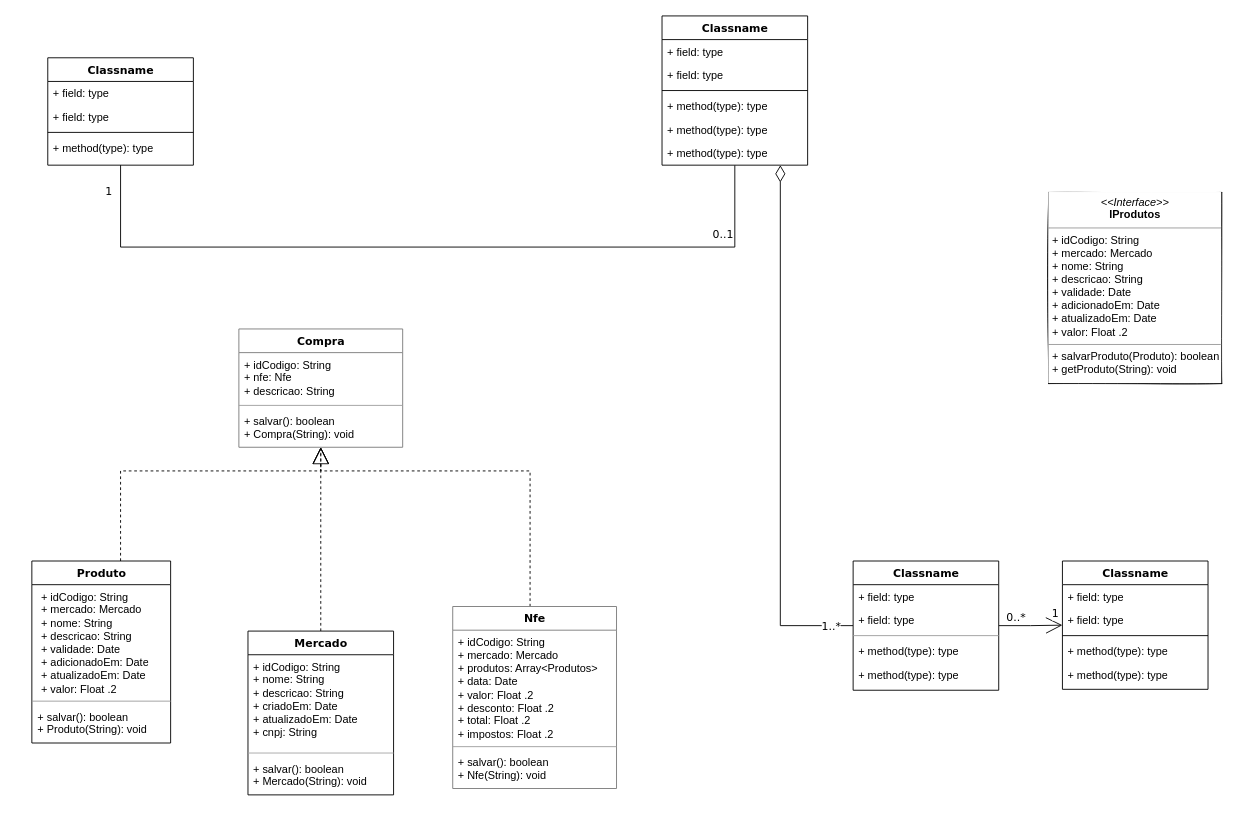
The draw.io diagram jubilant-guacamole-classes.drawio in mrhaubrich/jubilant-guacamole, before the edit. Source tidied: cells renumbered, new cells numbered last; positions are measured from the earlier drawing's top-left corner, leaving out a move shared by most shapes. Both pictures are drawn from the tidied source at 91%, with x=0, y=0 at pixel (15, 15).
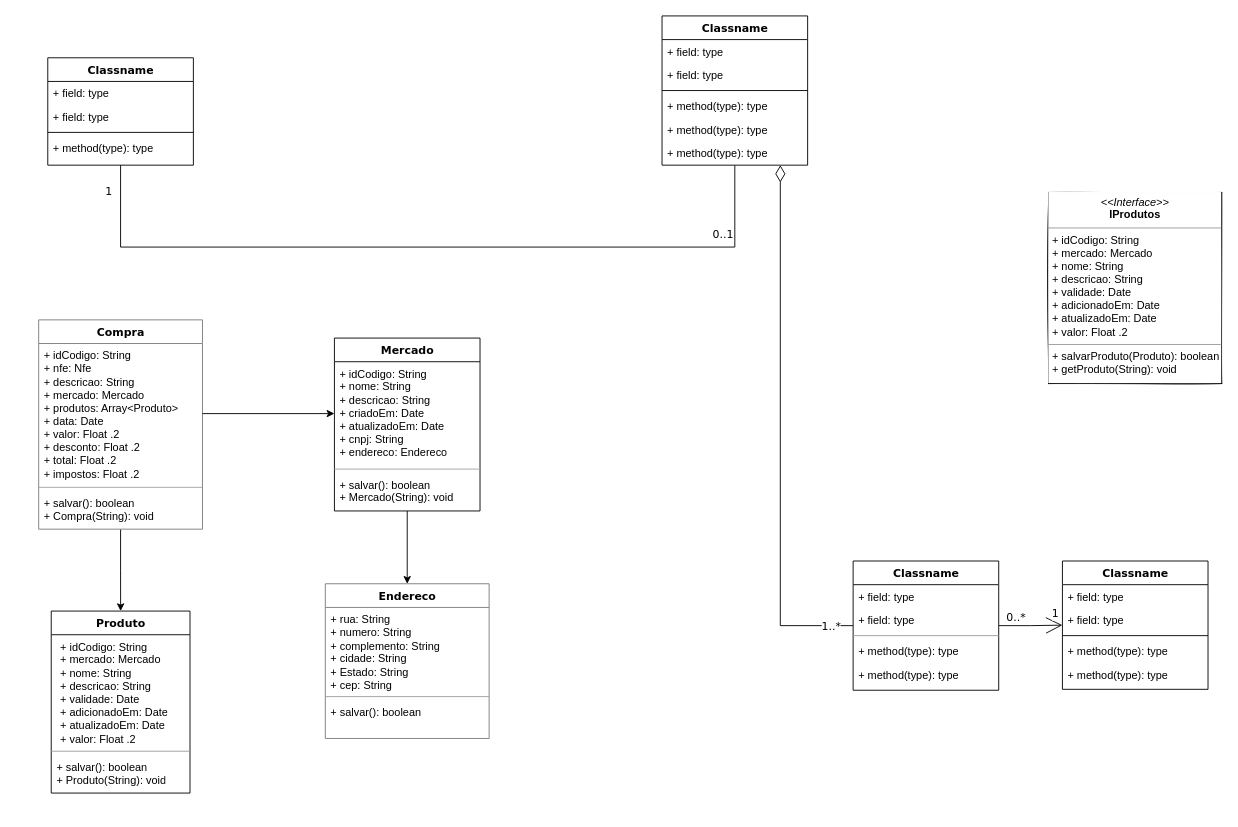
After the change.

Diff of the diagram source:
```diff
@@
     <mxCell id="2" style="rounded=0;whiteSpace=wrap;html=1;shadow=0;glass=0;labelBackgroundColor=default;sketch=1;fontColor=default;strokeColor=#FFFFFF;gradientColor=none;fillColor=none;" parent="1" vertex="1">
-      <mxGeometry y="314" width="700" height="550" as="geometry" />
+      <mxGeometry y="314" width="700" height="560" as="geometry" />
     </mxCell>
-    <mxCell id="3" style="edgeStyle=orthogonalEdgeStyle;rounded=0;html=1;dashed=1;labelBackgroundColor=default;startArrow=none;startFill=0;startSize=8;endArrow=open;endFill=0;endSize=16;fontFamily=Verdana;fontSize=12;fontColor=default;" parent="1" edge="1" source="4">
-      <mxGeometry relative="1" as="geometry">
-        <mxPoint x="335" y="474" as="targetPoint" />
-        <Array as="points">
-          <mxPoint x="115" y="500" />
-          <mxPoint x="335" y="500" />
-        </Array>
-      </mxGeometry>
-    </mxCell>
     <mxCell id="4" value="Produto" style="swimlane;html=1;fontStyle=1;align=center;verticalAlign=top;horizontal=1;startSize=26;swimlaneFillColor=rgba(255, 255, 255, 1);rounded=0;shadow=0;comic=0;labelBackgroundColor=default;strokeWidth=1;fillColor=rgba(255, 255, 255, 1);fontFamily=Verdana;fontSize=12;glass=0;fontColor=default;" parent="1" vertex="1">
-      <mxGeometry x="17.5" y="599" width="152.5" height="200" as="geometry" />
+      <mxGeometry x="38.8" y="654" width="152.5" height="200" as="geometry" />
     </mxCell>
@@
-    <mxCell id="23" style="edgeStyle=orthogonalEdgeStyle;rounded=0;html=1;dashed=1;labelBackgroundColor=default;startArrow=none;startFill=0;startSize=8;endArrow=open;endFill=0;endSize=16;fontFamily=Verdana;fontSize=12;fontColor=default;" parent="1" edge="1" source="24">
-      <mxGeometry relative="1" as="geometry">
-        <mxPoint x="335" y="474" as="targetPoint" />
-      </mxGeometry>
-    </mxCell>
+    <mxCell id="55" style="edgeStyle=orthogonalEdgeStyle;rounded=0;jettySize=auto;html=1;entryX=0.5;entryY=0;entryDx=0;entryDy=0;" parent="1" edge="1" source="24" target="46">
+      <mxGeometry relative="1" as="geometry" />
+    </mxCell>
     <mxCell id="24" value="Mercado" style="swimlane;html=1;fontStyle=1;align=center;verticalAlign=top;horizontal=1;startSize=26;swimlaneFillColor=rgba(255, 255, 255, 1);rounded=0;shadow=0;comic=0;labelBackgroundColor=default;strokeWidth=1;fillColor=rgba(255, 255, 255, 1);fontFamily=Verdana;fontSize=12;glass=0;fontColor=default;" parent="1" vertex="1">
-      <mxGeometry x="255" y="676" width="160" height="180" as="geometry" />
+      <mxGeometry x="350" y="354" width="160" height="190" as="geometry" />
     </mxCell>
-    <mxCell id="25" value="+ idCodigo: String&lt;br&gt;+ nome: String&lt;br&gt;+ descricao: String&lt;br&gt;+ criadoEm: Date&lt;br&gt;+ atualizadoEm: Date&lt;br&gt;+ cnpj: String" style="text;html=1;strokeColor=none;fillColor=none;align=left;verticalAlign=top;spacingLeft=4;spacingRight=4;whiteSpace=wrap;overflow=hidden;points=[[0,0.5],[1,0.5]];portConstraint=eastwest;fontColor=default;labelBackgroundColor=default;" parent="24" vertex="1">
-      <mxGeometry y="26" width="160" height="104" as="geometry" />
+    <mxCell id="25" value="+ idCodigo: String&lt;br&gt;+ nome: String&lt;br&gt;+ descricao: String&lt;br&gt;+ criadoEm: Date&lt;br&gt;+ atualizadoEm: Date&lt;br&gt;+ cnpj: String&lt;br&gt;+ endereco: Endereco" style="text;html=1;strokeColor=none;fillColor=none;align=left;verticalAlign=top;spacingLeft=4;spacingRight=4;whiteSpace=wrap;overflow=hidden;points=[[0,0.5],[1,0.5]];portConstraint=eastwest;fontColor=default;labelBackgroundColor=default;" parent="24" vertex="1">
+      <mxGeometry y="26" width="160" height="114" as="geometry" />
     </mxCell>
     <mxCell id="26" style="line;html=1;strokeWidth=1;fillColor=none;align=left;verticalAlign=middle;spacingTop=-1;spacingLeft=3;spacingRight=3;labelPosition=right;fontColor=default;labelBackgroundColor=default;strokeColor=#A6A6A6;" parent="24" vertex="1">
-      <mxGeometry y="130" width="160" height="8" as="geometry" />
+      <mxGeometry y="140" width="160" height="8" as="geometry" />
     </mxCell>
     <mxCell id="27" value="&lt;span&gt;+ salvar(): boolean&lt;/span&gt;&lt;br&gt;&lt;span&gt;+ Mercado(String): void&lt;/span&gt;" style="text;html=1;strokeColor=none;fillColor=none;align=left;verticalAlign=top;spacingLeft=4;spacingRight=4;whiteSpace=wrap;overflow=hidden;fontColor=default;labelBackgroundColor=default;" parent="24" vertex="1">
-      <mxGeometry y="138" width="160" height="42" as="geometry" />
+      <mxGeometry y="148" width="160" height="42" as="geometry" />
     </mxCell>
@@
-    <mxCell id="45" style="edgeStyle=orthogonalEdgeStyle;rounded=0;html=1;dashed=1;labelBackgroundColor=default;startArrow=none;startFill=0;startSize=8;endArrow=block;endFill=0;endSize=16;fontFamily=Verdana;fontSize=12;fontColor=default;" parent="1" edge="1" source="46">
-      <mxGeometry relative="1" as="geometry">
-        <mxPoint x="335" y="474" as="targetPoint" />
-        <Array as="points">
-          <mxPoint x="565" y="500" />
-        </Array>
-      </mxGeometry>
-    </mxCell>
-    <mxCell id="46" value="Nfe" style="swimlane;html=1;fontStyle=1;align=center;verticalAlign=top;horizontal=1;startSize=26;swimlaneFillColor=rgba(255, 255, 255, 1);rounded=0;shadow=0;comic=0;labelBackgroundColor=default;strokeWidth=1;fillColor=rgba(255, 255, 255, 1);fontFamily=Verdana;fontSize=12;glass=0;fontColor=default;strokeColor=#7A7A7A;" parent="1" vertex="1">
-      <mxGeometry x="480" y="649" width="180" height="200" as="geometry" />
+    <mxCell id="46" value="Endereco" style="swimlane;html=1;fontStyle=1;align=center;verticalAlign=top;horizontal=1;startSize=26;swimlaneFillColor=rgba(255, 255, 255, 1);rounded=0;shadow=0;comic=0;labelBackgroundColor=default;strokeWidth=1;fillColor=rgba(255, 255, 255, 1);fontFamily=Verdana;fontSize=12;glass=0;fontColor=default;strokeColor=#7A7A7A;" parent="1" vertex="1">
+      <mxGeometry x="340" y="624" width="180" height="170" as="geometry" />
     </mxCell>
-    <mxCell id="47" value="+ idCodigo: String&lt;br&gt;+ mercado: Mercado&lt;br&gt;+ produtos: Array&amp;lt;Produtos&amp;gt;&lt;br&gt;+ data: Date&lt;br&gt;+ valor: Float .2&lt;br&gt;+ desconto: Float .2&lt;br&gt;+ total: Float .2&lt;br&gt;+ impostos: Float .2" style="text;html=1;strokeColor=none;fillColor=none;align=left;verticalAlign=top;spacingLeft=4;spacingRight=4;whiteSpace=wrap;overflow=hidden;fontColor=default;labelBackgroundColor=default;" parent="46" vertex="1">
-      <mxGeometry y="26" width="180" height="124" as="geometry" />
+    <mxCell id="47" value="+ rua: String&lt;br&gt;+ numero: String&lt;br&gt;+ complemento: String&lt;br&gt;+ cidade: String&lt;br&gt;+ Estado: String&lt;br&gt;+ cep: String" style="text;html=1;strokeColor=none;fillColor=none;align=left;verticalAlign=top;spacingLeft=4;spacingRight=4;whiteSpace=wrap;overflow=hidden;fontColor=default;labelBackgroundColor=default;" parent="46" vertex="1">
+      <mxGeometry y="26" width="180" height="94" as="geometry" />
     </mxCell>
     <mxCell id="48" style="line;html=1;strokeWidth=1;fillColor=none;align=left;verticalAlign=middle;spacingTop=-1;spacingLeft=3;spacingRight=3;labelPosition=right;fontColor=default;labelBackgroundColor=default;strokeColor=#9E9E9E;" parent="46" vertex="1">
-      <mxGeometry y="150" width="180" height="8" as="geometry" />
+      <mxGeometry y="120" width="180" height="8" as="geometry" />
     </mxCell>
-    <mxCell id="49" value="+ salvar(): boolean&lt;br&gt;+ Nfe(String): void" style="text;html=1;strokeColor=none;fillColor=none;align=left;verticalAlign=top;spacingLeft=4;spacingRight=4;whiteSpace=wrap;overflow=hidden;fontColor=default;labelBackgroundColor=default;" parent="46" vertex="1">
-      <mxGeometry y="158" width="180" height="42" as="geometry" />
+    <mxCell id="49" value="+ salvar(): boolean" style="text;html=1;strokeColor=none;fillColor=none;align=left;verticalAlign=top;spacingLeft=4;spacingRight=4;whiteSpace=wrap;overflow=hidden;fontColor=default;labelBackgroundColor=default;" parent="46" vertex="1">
+      <mxGeometry y="128" width="180" height="42" as="geometry" />
     </mxCell>
+    <mxCell id="56" style="edgeStyle=orthogonalEdgeStyle;rounded=0;jettySize=auto;html=1;entryX=0.5;entryY=0;entryDx=0;entryDy=0;" parent="1" edge="1" source="50" target="4">
+      <mxGeometry relative="1" as="geometry" />
+    </mxCell>
     <mxCell id="50" value="Compra" style="swimlane;html=1;fontStyle=1;align=center;verticalAlign=top;horizontal=1;startSize=26;swimlaneFillColor=rgba(255, 255, 255, 1);rounded=0;shadow=0;comic=0;labelBackgroundColor=default;strokeWidth=1;fillColor=rgba(255, 255, 255, 1);fontFamily=Verdana;fontSize=12;glass=0;fontColor=default;strokeColor=#7A7A7A;" parent="1" vertex="1">
-      <mxGeometry x="245" y="344" width="180" height="130" as="geometry" />
+      <mxGeometry x="25" y="334" width="180" height="230" as="geometry" />
     </mxCell>
-    <mxCell id="51" value="+ idCodigo: String&lt;br&gt;+ nfe: Nfe&lt;br&gt;+ descricao: String" style="text;html=1;strokeColor=none;fillColor=none;align=left;verticalAlign=top;spacingLeft=4;spacingRight=4;whiteSpace=wrap;overflow=hidden;points=[[0,0.5],[1,0.5]];portConstraint=eastwest;fontColor=default;labelBackgroundColor=default;" parent="50" vertex="1">
-      <mxGeometry y="26" width="180" height="54" as="geometry" />
+    <mxCell id="51" value="+ idCodigo: String&lt;br&gt;+ nfe: Nfe&lt;br&gt;+ descricao: String&lt;br&gt;+ mercado: Mercado&lt;br&gt;+ produtos: Array&amp;lt;Produto&amp;gt;&lt;br&gt;+ data: Date&lt;br&gt;+ valor: Float .2&lt;br&gt;+ desconto: Float .2&lt;br&gt;+ total: Float .2&lt;br&gt;+ impostos: Float .2" style="text;html=1;strokeColor=none;fillColor=none;align=left;verticalAlign=top;spacingLeft=4;spacingRight=4;whiteSpace=wrap;overflow=hidden;points=[[0,0.5],[1,0.5]];portConstraint=eastwest;fontColor=default;labelBackgroundColor=default;" parent="50" vertex="1">
+      <mxGeometry y="26" width="180" height="154" as="geometry" />
     </mxCell>
     <mxCell id="52" style="line;html=1;strokeWidth=1;fillColor=none;align=left;verticalAlign=middle;spacingTop=-1;spacingLeft=3;spacingRight=3;labelPosition=right;fontColor=default;labelBackgroundColor=default;strokeColor=#9E9E9E;" parent="50" vertex="1">
-      <mxGeometry y="80" width="180" height="8" as="geometry" />
+      <mxGeometry y="180" width="180" height="8" as="geometry" />
     </mxCell>
     <mxCell id="53" value="+ salvar(): boolean&lt;br&gt;+ Compra(String): void" style="text;html=1;strokeColor=none;fillColor=none;align=left;verticalAlign=top;spacingLeft=4;spacingRight=4;whiteSpace=wrap;overflow=hidden;fontColor=default;labelBackgroundColor=default;" parent="50" vertex="1">
-      <mxGeometry y="88" width="180" height="42" as="geometry" />
+      <mxGeometry y="188" width="180" height="42" as="geometry" />
     </mxCell>
@@
+    <mxCell id="57" style="edgeStyle=orthogonalEdgeStyle;rounded=0;jettySize=auto;html=1;entryX=0;entryY=0.5;entryDx=0;entryDy=0;" parent="1" edge="1" source="51" target="25">
+      <mxGeometry relative="1" as="geometry" />
+    </mxCell>
```
